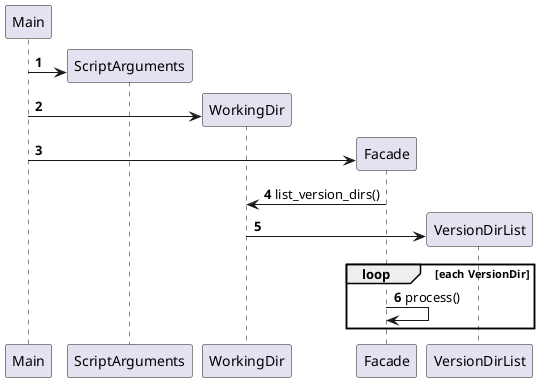
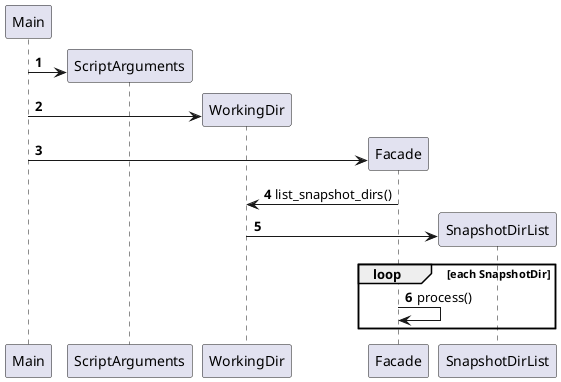
@startuml
'https://plantuml.com/sequence-diagram

autonumber

create Main
create ScriptArguments
Main -> ScriptArguments
create WorkingDir
Main -> WorkingDir
create Facade
Main -> Facade
- Facade -> WorkingDir: list_version_dirs()
- create VersionDirList
- WorkingDir -> VersionDirList
+ Facade -> WorkingDir: list_snapshot_dirs()
+ create SnapshotDirList
+ WorkingDir -> SnapshotDirList

- loop each VersionDir
+ loop each SnapshotDir
    Facade -> Facade: process()
end

@enduml